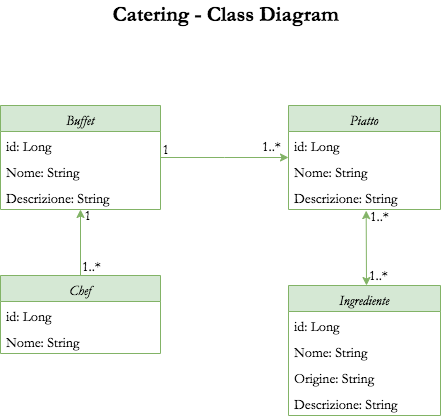
The draw.io diagram SIW_Catering_Class_Diagram/SIW_Catering_Class_Diagram.drawio.png in DavideTedesco/SIW-Catering-2022, before a commit. Source tidied: cells renumbered, new cells last; positions are measured from the earlier drawing's top-left corner, leaving out a move shared by most shapes. Source of this version:
```xml
<mxGraphModel>
  <root>
    <mxCell id="0" />
    <mxCell id="1" parent="0" />
    <mxCell id="2" value="Buffet" style="swimlane;fontStyle=2;align=center;verticalAlign=top;horizontal=1;startSize=26;rounded=0;shadow=0;strokeWidth=1;fontFamily=Garamond;fontSize=14;fillColor=#d5e8d4;strokeColor=#82b366;" parent="1" vertex="1">
      <mxGeometry y="105" width="160" height="104" as="geometry" />
    </mxCell>
    <mxCell id="3" value="id: Long" style="text;align=left;verticalAlign=top;spacingLeft=4;spacingRight=4;overflow=hidden;fontFamily=Garamond;fontSize=14;" parent="2" vertex="1">
      <mxGeometry y="26" width="160" height="26" as="geometry" />
    </mxCell>
    <mxCell id="4" value="Nome: String" style="text;align=left;verticalAlign=top;spacingLeft=4;spacingRight=4;overflow=hidden;fontFamily=Garamond;fontSize=14;" parent="2" vertex="1">
      <mxGeometry y="52" width="160" height="26" as="geometry" />
    </mxCell>
    <mxCell id="5" value="Descrizione: String" style="text;align=left;verticalAlign=top;spacingLeft=4;spacingRight=4;overflow=hidden;rounded=0;shadow=0;html=0;fontFamily=Garamond;fontSize=14;" parent="2" vertex="1">
      <mxGeometry y="78" width="160" height="26" as="geometry" />
    </mxCell>
    <mxCell id="6" value="Piatto" style="swimlane;fontStyle=2;align=center;verticalAlign=top;horizontal=1;startSize=26;rounded=0;shadow=0;strokeWidth=1;fontFamily=Garamond;fontSize=14;fillColor=#d5e8d4;strokeColor=#82b366;" parent="1" vertex="1">
      <mxGeometry x="288" y="105" width="152" height="104" as="geometry" />
    </mxCell>
    <mxCell id="7" value="id: Long" style="text;align=left;verticalAlign=top;spacingLeft=4;spacingRight=4;overflow=hidden;fontFamily=Garamond;fontSize=14;" parent="6" vertex="1">
      <mxGeometry y="26" width="152" height="26" as="geometry" />
    </mxCell>
    <mxCell id="8" value="Nome: String" style="text;align=left;verticalAlign=top;spacingLeft=4;spacingRight=4;overflow=hidden;fontFamily=Garamond;fontSize=14;" parent="6" vertex="1">
      <mxGeometry y="52" width="152" height="26" as="geometry" />
    </mxCell>
    <mxCell id="9" value="Descrizione: String" style="text;align=left;verticalAlign=top;spacingLeft=4;spacingRight=4;overflow=hidden;points=[[0,0.5],[1,0.5]];portConstraint=eastwest;rounded=0;shadow=0;html=0;fontFamily=Garamond;fontSize=14;" parent="6" vertex="1">
      <mxGeometry y="78" width="152" height="26" as="geometry" />
    </mxCell>
    <mxCell id="10" style="endArrow=classic;shadow=0;strokeWidth=1;rounded=0;endFill=1;edgeStyle=elbowEdgeStyle;elbow=vertical;fontFamily=Garamond;fontSize=14;fillColor=#d5e8d4;strokeColor=#82b366;" parent="1" edge="1" source="2" target="6">
      <mxGeometry x="0.5" y="41" relative="1" as="geometry">
        <mxPoint x="-40" y="32" as="offset" />
      </mxGeometry>
    </mxCell>
    <mxCell id="11" value="1..*" style="align=left;verticalAlign=bottom;labelBackgroundColor=none;fontSize=14;fontFamily=Garamond;" parent="10" vertex="1">
      <mxGeometry x="-1" relative="1" as="geometry">
        <mxPoint x="100" y="-2" as="offset" />
      </mxGeometry>
    </mxCell>
    <mxCell id="12" value="1" style="align=right;verticalAlign=bottom;labelBackgroundColor=none;fontSize=14;fontFamily=Garamond;" parent="10" vertex="1">
      <mxGeometry x="1" relative="1" as="geometry">
        <mxPoint x="-118" y="1" as="offset" />
      </mxGeometry>
    </mxCell>
    <mxCell id="13" value="Chef" style="swimlane;fontStyle=2;align=center;verticalAlign=top;horizontal=1;startSize=26;rounded=0;shadow=0;strokeWidth=1;fontFamily=Garamond;fontSize=14;fillColor=#d5e8d4;strokeColor=#82b366;" parent="1" vertex="1">
      <mxGeometry y="275" width="160" height="78" as="geometry" />
    </mxCell>
    <mxCell id="14" value="id: Long" style="text;align=left;verticalAlign=top;spacingLeft=4;spacingRight=4;overflow=hidden;fontFamily=Garamond;fontSize=14;" parent="13" vertex="1">
      <mxGeometry y="26" width="160" height="26" as="geometry" />
    </mxCell>
    <mxCell id="15" value="Nome: String" style="text;align=left;verticalAlign=top;spacingLeft=4;spacingRight=4;overflow=hidden;fontFamily=Garamond;fontSize=14;" parent="13" vertex="1">
      <mxGeometry y="52" width="160" height="26" as="geometry" />
    </mxCell>
    <mxCell id="16" style="endArrow=classic;html=1;rounded=0;targetPerimeterSpacing=11;elbow=vertical;exitX=0.5;exitY=0;exitDx=0;exitDy=0;endFill=1;entryX=0.5;entryY=1;entryDx=0;entryDy=0;fontFamily=Garamond;fontSize=14;fillColor=#d5e8d4;strokeColor=#82b366;" parent="1" edge="1" source="13" target="2">
      <mxGeometry relative="1" as="geometry" />
    </mxCell>
    <mxCell id="17" value="Ingrediente" style="swimlane;fontStyle=2;align=center;verticalAlign=top;horizontal=1;startSize=26;rounded=0;shadow=0;strokeWidth=1;fontFamily=Garamond;fontSize=14;fillColor=#d5e8d4;strokeColor=#82b366;" parent="1" vertex="1">
      <mxGeometry x="288" y="285" width="152" height="130" as="geometry" />
    </mxCell>
    <mxCell id="18" value="id: Long" style="text;align=left;verticalAlign=top;spacingLeft=4;spacingRight=4;overflow=hidden;fontFamily=Garamond;fontSize=14;" parent="17" vertex="1">
      <mxGeometry y="26" width="152" height="26" as="geometry" />
    </mxCell>
    <mxCell id="19" value="Nome: String" style="text;align=left;verticalAlign=top;spacingLeft=4;spacingRight=4;overflow=hidden;fontFamily=Garamond;fontSize=14;" parent="17" vertex="1">
      <mxGeometry y="52" width="152" height="26" as="geometry" />
    </mxCell>
    <mxCell id="20" value="Origine: String" style="text;align=left;verticalAlign=top;spacingLeft=4;spacingRight=4;overflow=hidden;fontFamily=Garamond;fontSize=14;" parent="17" vertex="1">
      <mxGeometry y="78" width="152" height="26" as="geometry" />
    </mxCell>
    <mxCell id="21" value="Descrizione: String" style="text;align=left;verticalAlign=top;spacingLeft=4;spacingRight=4;overflow=hidden;rounded=0;shadow=0;html=0;fontFamily=Garamond;fontSize=14;" parent="17" vertex="1">
      <mxGeometry y="104" width="152" height="26" as="geometry" />
    </mxCell>
    <mxCell id="22" value="1..*" style="align=left;verticalAlign=bottom;labelBackgroundColor=none;fontSize=14;fontFamily=Garamond;" parent="1" vertex="1">
      <mxGeometry x="80" y="275" as="geometry" />
    </mxCell>
    <mxCell id="23" value="1..*" style="align=left;verticalAlign=bottom;labelBackgroundColor=none;fontSize=14;fontFamily=Garamond;" parent="1" vertex="1">
      <mxGeometry x="260" y="235" as="geometry">
        <mxPoint x="107" y="49" as="offset" />
      </mxGeometry>
    </mxCell>
    <mxCell id="24" value="1" style="align=right;verticalAlign=bottom;labelBackgroundColor=none;fontSize=14;fontFamily=Garamond;" parent="1" vertex="1">
      <mxGeometry x="92" y="224" as="geometry" />
    </mxCell>
    <mxCell id="25" value="1..*" style="align=left;verticalAlign=bottom;labelBackgroundColor=none;fontSize=14;fontFamily=Garamond;" parent="1" vertex="1">
      <mxGeometry x="368" y="225" as="geometry" />
    </mxCell>
    <mxCell id="26" style="endArrow=classic;startArrow=classic;html=1;rounded=0;targetPerimeterSpacing=11;elbow=vertical;fontFamily=Garamond;fontSize=14;fillColor=#d5e8d4;strokeColor=#82b366;entryX=0.511;entryY=1.044;entryDx=0;entryDy=0;entryPerimeter=0;" parent="1" edge="1" target="9">
      <mxGeometry relative="1" as="geometry">
        <mxPoint x="366" y="285" as="sourcePoint" />
      </mxGeometry>
    </mxCell>
    <mxCell id="27" value="Catering - Class Diagram" style="text;html=1;align=center;verticalAlign=middle;strokeColor=none;fillColor=none;fontStyle=1;fontFamily=Garamond;fontSize=21;" parent="1" vertex="1">
      <mxGeometry x="105" width="240" height="30" as="geometry" />
    </mxCell>
  </root>
</mxGraphModel>
```
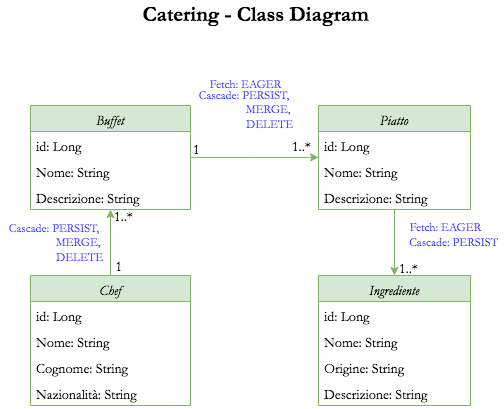
The same diagram one commit later.

Commit message:
updt diagram

The edit, as a diff of the source:
```diff
@@ -42,7 +42,7 @@
       </mxGeometry>
     </mxCell>
     <mxCell id="13" value="Chef" style="swimlane;fontStyle=2;align=center;verticalAlign=top;horizontal=1;startSize=26;rounded=0;shadow=0;strokeWidth=1;fontFamily=Garamond;fontSize=14;fillColor=#d5e8d4;strokeColor=#82b366;" parent="1" vertex="1">
-      <mxGeometry y="275" width="160" height="78" as="geometry" />
+      <mxGeometry y="275" width="160" height="130" as="geometry" />
     </mxCell>
     <mxCell id="14" value="id: Long" style="text;align=left;verticalAlign=top;spacingLeft=4;spacingRight=4;overflow=hidden;fontFamily=Garamond;fontSize=14;" parent="13" vertex="1">
       <mxGeometry y="26" width="160" height="26" as="geometry" />
@@ -50,11 +50,17 @@
     <mxCell id="15" value="Nome: String" style="text;align=left;verticalAlign=top;spacingLeft=4;spacingRight=4;overflow=hidden;fontFamily=Garamond;fontSize=14;" parent="13" vertex="1">
       <mxGeometry y="52" width="160" height="26" as="geometry" />
     </mxCell>
+    <mxCell id="28" value="Cognome: String" style="text;align=left;verticalAlign=top;spacingLeft=4;spacingRight=4;overflow=hidden;fontFamily=Garamond;fontSize=14;" parent="13" vertex="1">
+      <mxGeometry y="78" width="160" height="26" as="geometry" />
+    </mxCell>
+    <mxCell id="29" value="Nazionalità: String" style="text;align=left;verticalAlign=top;spacingLeft=4;spacingRight=4;overflow=hidden;fontFamily=Garamond;fontSize=14;" parent="13" vertex="1">
+      <mxGeometry y="104" width="160" height="26" as="geometry" />
+    </mxCell>
     <mxCell id="16" style="endArrow=classic;html=1;rounded=0;targetPerimeterSpacing=11;elbow=vertical;exitX=0.5;exitY=0;exitDx=0;exitDy=0;endFill=1;entryX=0.5;entryY=1;entryDx=0;entryDy=0;fontFamily=Garamond;fontSize=14;fillColor=#d5e8d4;strokeColor=#82b366;" parent="1" edge="1" source="13" target="2">
       <mxGeometry relative="1" as="geometry" />
     </mxCell>
     <mxCell id="17" value="Ingrediente" style="swimlane;fontStyle=2;align=center;verticalAlign=top;horizontal=1;startSize=26;rounded=0;shadow=0;strokeWidth=1;fontFamily=Garamond;fontSize=14;fillColor=#d5e8d4;strokeColor=#82b366;" parent="1" vertex="1">
-      <mxGeometry x="288" y="285" width="152" height="130" as="geometry" />
+      <mxGeometry x="288" y="275" width="152" height="130" as="geometry" />
     </mxCell>
     <mxCell id="18" value="id: Long" style="text;align=left;verticalAlign=top;spacingLeft=4;spacingRight=4;overflow=hidden;fontFamily=Garamond;fontSize=14;" parent="17" vertex="1">
       <mxGeometry y="26" width="152" height="26" as="geometry" />
@@ -69,26 +75,36 @@
       <mxGeometry y="104" width="152" height="26" as="geometry" />
     </mxCell>
     <mxCell id="22" value="1..*" style="align=left;verticalAlign=bottom;labelBackgroundColor=none;fontSize=14;fontFamily=Garamond;" parent="1" vertex="1">
-      <mxGeometry x="80" y="275" as="geometry" />
+      <mxGeometry x="82" y="225" as="geometry" />
     </mxCell>
     <mxCell id="23" value="1..*" style="align=left;verticalAlign=bottom;labelBackgroundColor=none;fontSize=14;fontFamily=Garamond;" parent="1" vertex="1">
-      <mxGeometry x="260" y="235" as="geometry">
+      <mxGeometry x="260" y="228" as="geometry">
         <mxPoint x="107" y="49" as="offset" />
       </mxGeometry>
     </mxCell>
     <mxCell id="24" value="1" style="align=right;verticalAlign=bottom;labelBackgroundColor=none;fontSize=14;fontFamily=Garamond;" parent="1" vertex="1">
-      <mxGeometry x="92" y="224" as="geometry" />
+      <mxGeometry x="93" y="275" as="geometry" />
     </mxCell>
-    <mxCell id="25" value="1..*" style="align=left;verticalAlign=bottom;labelBackgroundColor=none;fontSize=14;fontFamily=Garamond;" parent="1" vertex="1">
-      <mxGeometry x="368" y="225" as="geometry" />
-    </mxCell>
-    <mxCell id="26" style="endArrow=classic;startArrow=classic;html=1;rounded=0;targetPerimeterSpacing=11;elbow=vertical;fontFamily=Garamond;fontSize=14;fillColor=#d5e8d4;strokeColor=#82b366;entryX=0.511;entryY=1.044;entryDx=0;entryDy=0;entryPerimeter=0;" parent="1" edge="1" target="9">
-      <mxGeometry relative="1" as="geometry">
-        <mxPoint x="366" y="285" as="sourcePoint" />
-      </mxGeometry>
-    </mxCell>
     <mxCell id="27" value="Catering - Class Diagram" style="text;html=1;align=center;verticalAlign=middle;strokeColor=none;fillColor=none;fontStyle=1;fontFamily=Garamond;fontSize=21;" parent="1" vertex="1">
       <mxGeometry x="105" width="240" height="30" as="geometry" />
     </mxCell>
+    <mxCell id="30" style="endArrow=classic;html=1;rounded=0;entryX=0.5;entryY=0;entryDx=0;entryDy=0;fillColor=#d5e8d4;strokeColor=#82b366;" parent="1" edge="1" source="9" target="17">
+      <mxGeometry relative="1" as="geometry" />
+    </mxCell>
+    <mxCell id="31" value="Fetch: EAGER" style="text;html=1;align=center;verticalAlign=middle;fontFamily=Garamond;fontColor=#3333FF;" parent="1" vertex="1">
+      <mxGeometry x="370" y="218" width="90" height="20" as="geometry" />
+    </mxCell>
+    <mxCell id="32" value="Cascade: PERSIST" style="text;html=1;align=center;verticalAlign=middle;fontFamily=Garamond;fontColor=#3333FF;" parent="1" vertex="1">
+      <mxGeometry x="373" y="233" width="100" height="20" as="geometry" />
+    </mxCell>
+    <mxCell id="33" value="Cascade: PERSIST, &lt;br&gt;&lt;span style=&quot;white-space: pre;&quot;&gt;&#9;&lt;span style=&quot;white-space: pre;&quot;&gt;&#9;&lt;/span&gt;&lt;/span&gt;MERGE, &lt;br&gt;&lt;span style=&quot;white-space: pre;&quot;&gt;&#9;&lt;/span&gt;&lt;span style=&quot;white-space: pre;&quot;&gt;&#9;&lt;/span&gt;DELETE" style="text;html=1;align=center;verticalAlign=middle;fontFamily=Garamond;fontColor=#3333FF;" parent="1" vertex="1">
+      <mxGeometry x="-30" y="218" width="110" height="50" as="geometry" />
+    </mxCell>
+    <mxCell id="34" value="Fetch: EAGER" style="text;html=1;align=center;verticalAlign=middle;fontFamily=Garamond;fontColor=#3333FF;" parent="1" vertex="1">
+      <mxGeometry x="170" y="75" width="90" height="20" as="geometry" />
+    </mxCell>
+    <mxCell id="35" value="Cascade: PERSIST, &lt;br&gt;&lt;span style=&quot;white-space: pre;&quot;&gt;&#9;&lt;span style=&quot;white-space: pre;&quot;&gt;&#9;&lt;/span&gt;&lt;/span&gt;MERGE, &lt;br&gt;&lt;span style=&quot;white-space: pre;&quot;&gt;&#9;&lt;/span&gt;&lt;span style=&quot;white-space: pre;&quot;&gt;&#9;&lt;/span&gt;DELETE" style="text;html=1;align=center;verticalAlign=middle;fontFamily=Garamond;fontColor=#3333FF;" parent="1" vertex="1">
+      <mxGeometry x="160" y="85" width="110" height="50" as="geometry" />
+    </mxCell>
   </root>
 </mxGraphModel>
```
